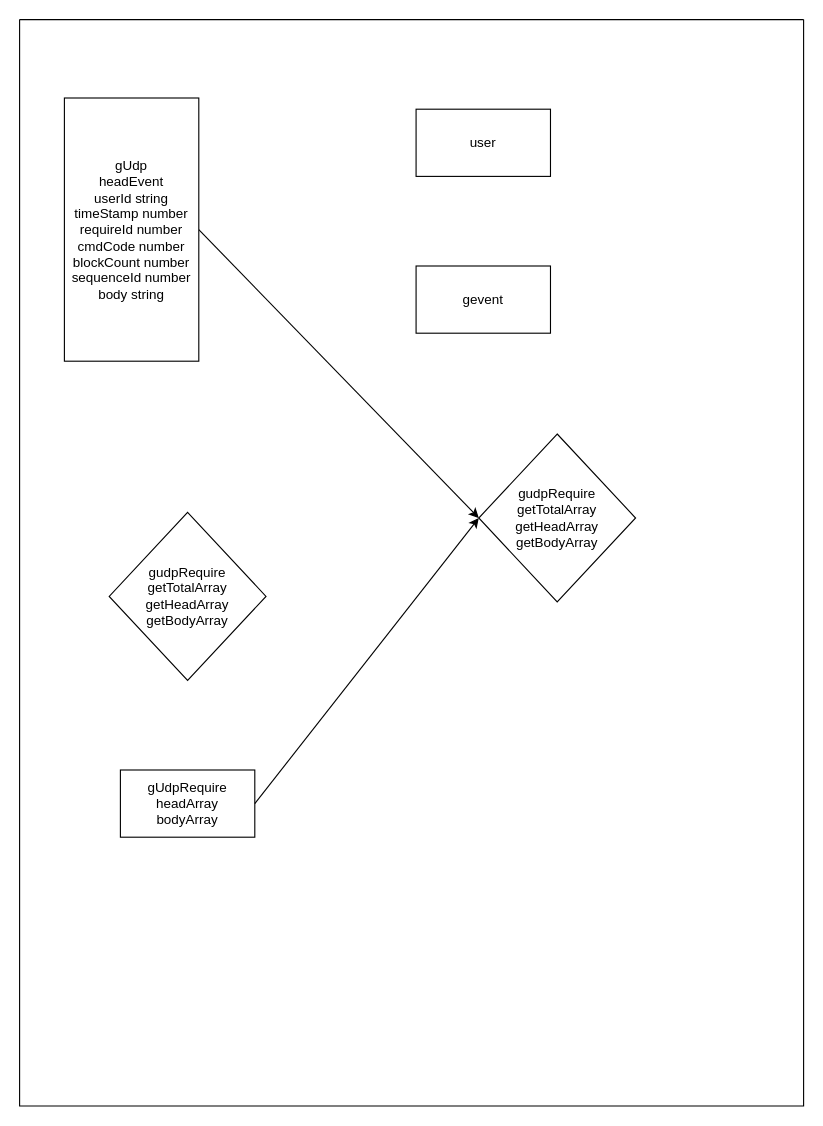
Earlier version of the draw.io diagram Untitled Diagram.drawio (605682883/flowPhoto). Source tidied: cells renumbered, new cells numbered last; positions are measured from the earlier drawing's top-left corner, leaving out a move shared by most shapes. Both pictures are drawn from the tidied source at 112%, with x=0, y=0 at pixel (19, 19).
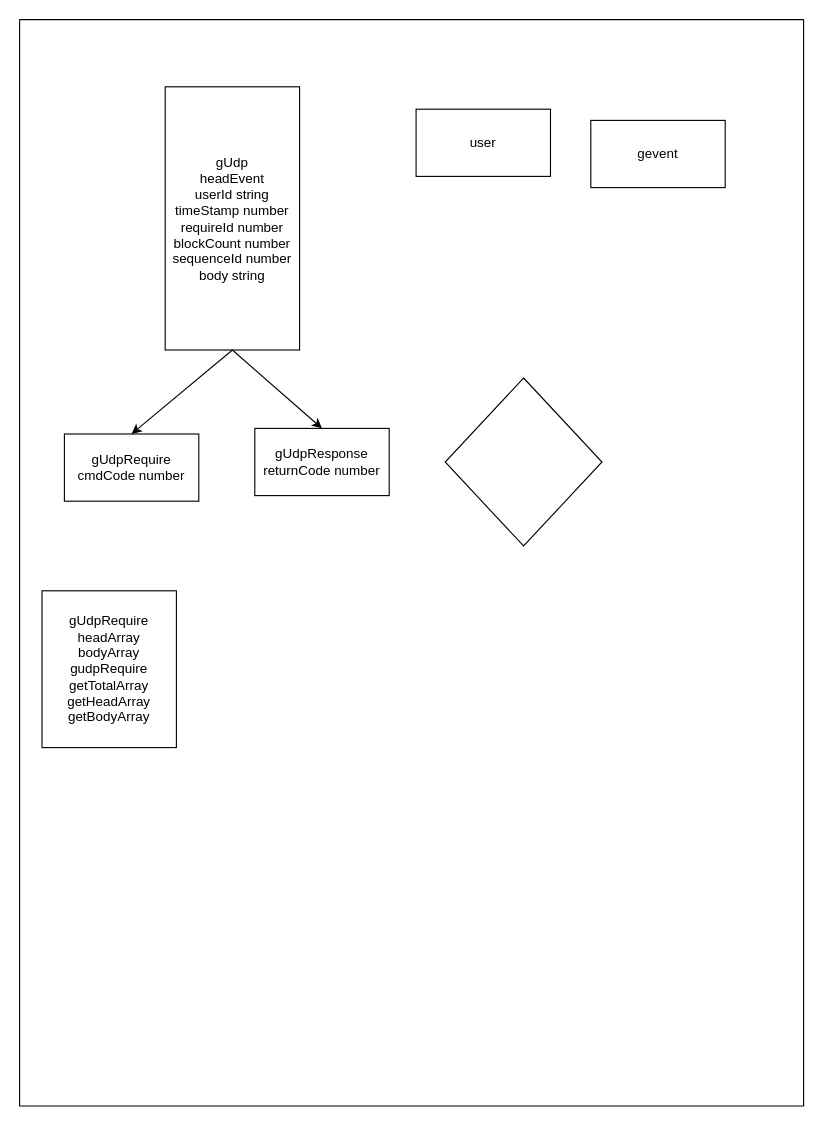
The same diagram, later.

The edit, as a diff of the source:
```diff
@@
 <mxGraphModel>
   <root>
     <mxCell id="0" />
     <mxCell id="1" parent="0" />
     <mxCell id="2" style="swimlane;startSize=0;" parent="1" vertex="1">
       <mxGeometry width="700" height="970" as="geometry" />
     </mxCell>
-    <mxCell id="3" value="gudpRequire&lt;br&gt;getTotalArray&lt;br&gt;getHeadArray&lt;br&gt;getBodyArray" style="rhombus;whiteSpace=wrap;html=1;" parent="2" vertex="1">
-      <mxGeometry x="410" y="370" width="140" height="150" as="geometry" />
-    </mxCell>
     <mxCell id="4" value="user" style="rounded=0;whiteSpace=wrap;html=1;" parent="2" vertex="1">
       <mxGeometry x="354" y="80" width="120" height="60" as="geometry" />
     </mxCell>
-    <mxCell id="5" value="gUdpRequire&lt;br&gt;headArray&lt;br&gt;bodyArray" style="rounded=0;whiteSpace=wrap;html=1;" parent="2" vertex="1">
-      <mxGeometry x="90" y="670" width="120" height="60" as="geometry" />
+    <mxCell id="5" value="gUdpRequire&lt;br&gt;headArray&lt;br&gt;bodyArray&lt;br&gt;gudpRequire&lt;br&gt;getTotalArray&lt;br&gt;getHeadArray&lt;br&gt;getBodyArray" style="rounded=0;whiteSpace=wrap;html=1;" parent="2" vertex="1">
+      <mxGeometry x="20" y="510" width="120" height="140" as="geometry" />
     </mxCell>
     <mxCell id="6" value="gevent" style="rounded=0;whiteSpace=wrap;html=1;" parent="2" vertex="1">
-      <mxGeometry x="354" y="220" width="120" height="60" as="geometry" />
+      <mxGeometry x="510" y="90" width="120" height="60" as="geometry" />
     </mxCell>
-    <mxCell id="7" style="endArrow=classic;html=1;rounded=0;exitX=1;exitY=0.5;exitDx=0;exitDy=0;entryX=0;entryY=0.5;entryDx=0;entryDy=0;" parent="2" edge="1" source="5" target="3">
-      <mxGeometry relative="1" as="geometry" />
-    </mxCell>
-    <mxCell id="8" style="endArrow=classic;html=1;rounded=0;exitX=1;exitY=0.5;exitDx=0;exitDy=0;entryX=0;entryY=0.5;entryDx=0;entryDy=0;" parent="2" edge="1" source="9" target="3">
-      <mxGeometry relative="1" as="geometry" />
-    </mxCell>
-    <mxCell id="9" value="gUdp&lt;br&gt;headEvent&lt;br&gt;userId string&lt;br&gt;timeStamp number&lt;br&gt;requireId number&lt;br&gt;cmdCode number&lt;br&gt;blockCount number&lt;br&gt;sequenceId number&lt;br&gt;body string" style="rounded=0;whiteSpace=wrap;html=1;" parent="2" vertex="1">
-      <mxGeometry x="40" y="70" width="120" height="235" as="geometry" />
+    <mxCell id="9" value="gUdp&lt;br&gt;headEvent&lt;br&gt;userId string&lt;br&gt;timeStamp number&lt;br&gt;requireId number&lt;br&gt;blockCount number&lt;br&gt;sequenceId number&lt;br&gt;body string" style="rounded=0;whiteSpace=wrap;html=1;" parent="2" vertex="1">
+      <mxGeometry x="130" y="60" width="120" height="235" as="geometry" />
     </mxCell>
-    <mxCell id="10" value="gudpRequire&lt;br&gt;getTotalArray&lt;br&gt;getHeadArray&lt;br&gt;getBodyArray" style="rhombus;whiteSpace=wrap;html=1;" parent="2" vertex="1">
-      <mxGeometry x="80" y="440" width="140" height="150" as="geometry" />
+    <mxCell id="10" style="rhombus;whiteSpace=wrap;html=1;" parent="2" vertex="1">
+      <mxGeometry x="380" y="320" width="140" height="150" as="geometry" />
     </mxCell>
+    <mxCell id="11" value="&lt;span&gt;gUdpRequire&lt;br&gt;cmdCode number&lt;/span&gt;" style="rounded=0;whiteSpace=wrap;html=1;" parent="2" vertex="1">
+      <mxGeometry x="40" y="370" width="120" height="60" as="geometry" />
+    </mxCell>
+    <mxCell id="12" style="endArrow=classic;html=1;rounded=0;entryX=0.5;entryY=0;entryDx=0;entryDy=0;exitX=0.5;exitY=1;exitDx=0;exitDy=0;" parent="2" edge="1" source="9" target="11">
+      <mxGeometry relative="1" as="geometry" />
+    </mxCell>
+    <mxCell id="13" value="&lt;span&gt;gUdpResponse&lt;br&gt;returnCode number&lt;/span&gt;" style="rounded=0;whiteSpace=wrap;html=1;" parent="2" vertex="1">
+      <mxGeometry x="210" y="365" width="120" height="60" as="geometry" />
+    </mxCell>
+    <mxCell id="14" style="endArrow=classic;html=1;rounded=0;entryX=0.5;entryY=0;entryDx=0;entryDy=0;exitX=0.5;exitY=1;exitDx=0;exitDy=0;" parent="2" edge="1" source="9" target="13">
+      <mxGeometry relative="1" as="geometry" />
+    </mxCell>
   </root>
 </mxGraphModel>
```
